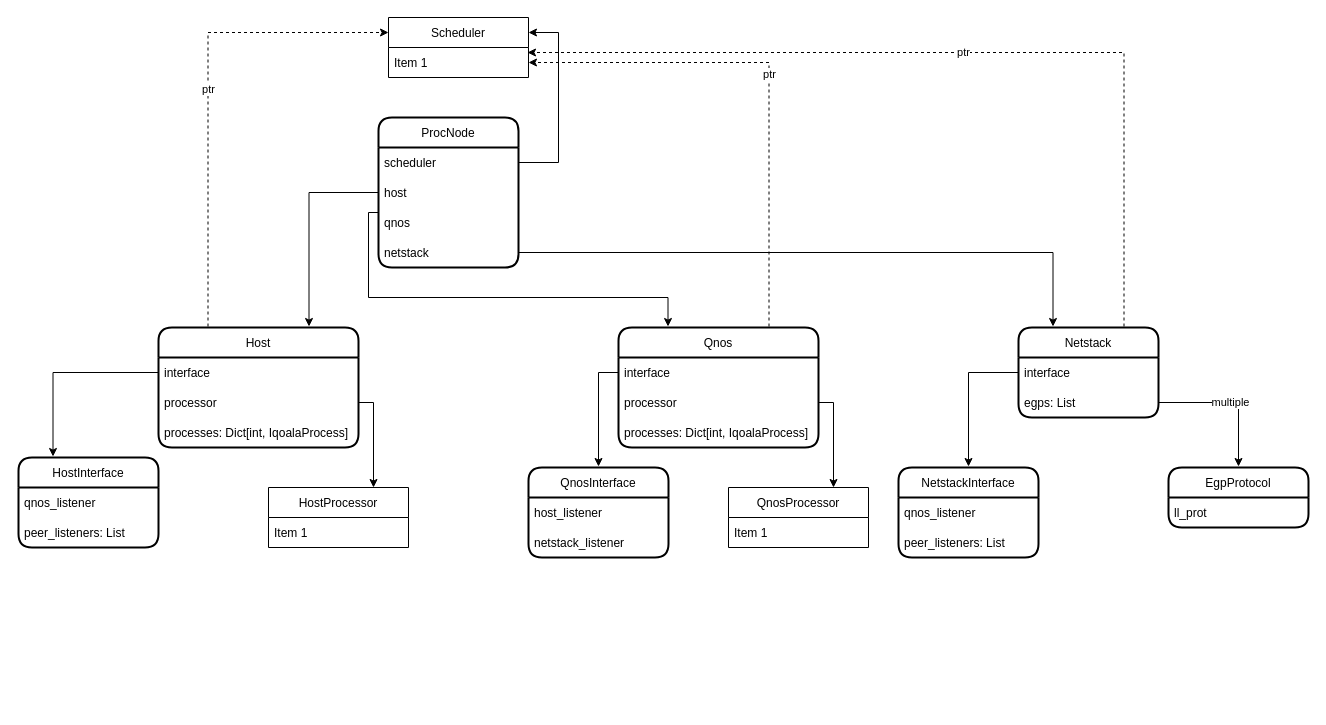
Above: squidasm/qoala/arch/protocols.drawio in QuTech-Delft/squidasm (draw.io), before the change. Source tidied: cells renumbered, new cells numbered last; positions are measured from the earlier drawing's top-left corner, leaving out a move shared by most shapes. Both pictures are drawn from the tidied source at 100%, with x=0, y=0 at pixel (18, 17).
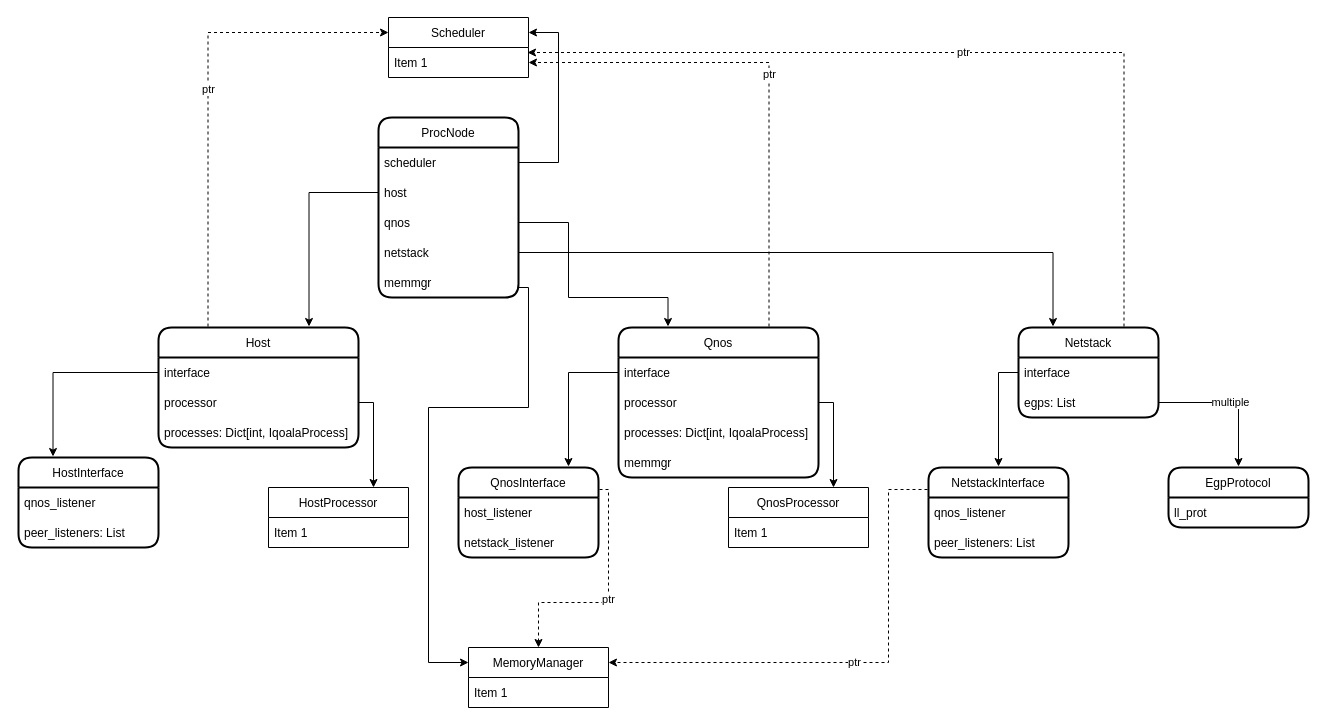
Above is the later version.

The change refers to these unchanged cells:
```xml
<mxCell id="4" value="interface" style="text;strokeColor=none;fillColor=none;align=left;verticalAlign=middle;spacingLeft=4;spacingRight=4;overflow=hidden;points=[[0,0.5],[1,0.5]];portConstraint=eastwest;" parent="3" vertex="1">
  <mxGeometry y="30" width="200" height="30" as="geometry" />
</mxCell>
<mxCell id="21" value="qnos" style="text;strokeColor=none;fillColor=none;align=left;verticalAlign=middle;spacingLeft=4;spacingRight=4;overflow=hidden;points=[[0,0.5],[1,0.5]];portConstraint=eastwest;dashed=1;dashPattern=1 1;" parent="18" vertex="1">
  <mxGeometry y="90" width="140" height="30" as="geometry" />
</mxCell>
```

Change to the diagram source:
```diff
@@
     <mxCell id="3" value="Qnos" style="swimlane;fontStyle=0;horizontal=1;startSize=30;rounded=1;glass=0;swimlaneLine=1;strokeWidth=2;swimlaneFillColor=none;gradientColor=none;perimeterSpacing=1;" parent="1" vertex="1">
-      <mxGeometry x="600" y="310" width="200" height="120" as="geometry" />
+      <mxGeometry x="600" y="310" width="200" height="150" as="geometry" />
     </mxCell>
@@
+    <mxCell id="48" value="memmgr" style="text;strokeColor=none;fillColor=none;align=left;verticalAlign=middle;spacingLeft=4;spacingRight=4;overflow=hidden;dashed=1;dashPattern=1 1;" parent="3" vertex="1">
+      <mxGeometry y="120" width="200" height="30" as="geometry" />
+    </mxCell>
@@
+    <mxCell id="49" value="ptr" style="edgeStyle=orthogonalEdgeStyle;rounded=0;html=1;exitX=1;exitY=0.25;exitDx=0;exitDy=0;dashed=1;" parent="1" edge="1" source="12" target="52">
+      <mxGeometry relative="1" as="geometry" />
+    </mxCell>
     <mxCell id="12" value="QnosInterface" style="swimlane;fontStyle=0;horizontal=1;startSize=30;rounded=1;glass=0;swimlaneLine=1;strokeWidth=2;swimlaneFillColor=none;gradientColor=none;perimeterSpacing=1;" parent="1" vertex="1">
-      <mxGeometry x="510" y="450" width="140" height="90" as="geometry" />
+      <mxGeometry x="440" y="450" width="140" height="90" as="geometry" />
     </mxCell>
@@
+    <mxCell id="50" value="ptr" style="edgeStyle=orthogonalEdgeStyle;rounded=0;html=1;exitX=0;exitY=0.25;exitDx=0;exitDy=0;entryX=1;entryY=0.25;entryDx=0;entryDy=0;dashed=1;" parent="1" edge="1" source="15" target="52">
+      <mxGeometry relative="1" as="geometry">
+        <Array as="points">
+          <mxPoint x="870" y="472" />
+          <mxPoint x="870" y="645" />
+        </Array>
+      </mxGeometry>
+    </mxCell>
     <mxCell id="15" value="NetstackInterface" style="swimlane;fontStyle=0;horizontal=1;startSize=30;rounded=1;glass=0;swimlaneLine=1;strokeWidth=2;swimlaneFillColor=none;gradientColor=none;perimeterSpacing=1;" parent="1" vertex="1">
-      <mxGeometry x="880" y="450" width="140" height="90" as="geometry" />
+      <mxGeometry x="910" y="450" width="140" height="90" as="geometry" />
     </mxCell>
@@
     <mxCell id="18" value="ProcNode" style="swimlane;fontStyle=0;horizontal=1;startSize=30;rounded=1;glass=0;swimlaneLine=1;strokeWidth=2;swimlaneFillColor=none;gradientColor=none;perimeterSpacing=1;" parent="1" vertex="1">
-      <mxGeometry x="360" y="100" width="140" height="150" as="geometry" />
+      <mxGeometry x="360" y="100" width="140" height="180" as="geometry" />
     </mxCell>
@@
+    <mxCell id="51" value="memmgr" style="text;strokeColor=none;fillColor=none;align=left;verticalAlign=middle;spacingLeft=4;spacingRight=4;overflow=hidden;points=[[0,0.5],[1,0.5]];portConstraint=eastwest;dashed=1;dashPattern=1 1;" parent="18" vertex="1">
+      <mxGeometry y="150" width="140" height="30" as="geometry" />
+    </mxCell>
@@
-    <mxCell id="24" style="edgeStyle=orthogonalEdgeStyle;html=1;exitX=0;exitY=0.5;exitDx=0;exitDy=0;entryX=0.25;entryY=0;entryDx=0;entryDy=0;rounded=0;" parent="1" edge="1" source="21" target="3">
+    <mxCell id="24" style="edgeStyle=orthogonalEdgeStyle;html=1;entryX=0.25;entryY=0;entryDx=0;entryDy=0;rounded=0;exitX=1;exitY=0.5;exitDx=0;exitDy=0;" parent="1" edge="1" source="21" target="3">
       <mxGeometry relative="1" as="geometry">
         <Array as="points">
-          <mxPoint x="360" y="195" />
-          <mxPoint x="350" y="195" />
-          <mxPoint x="350" y="280" />
+          <mxPoint x="550" y="205" />
+          <mxPoint x="550" y="280" />
           <mxPoint x="650" y="280" />
         </Array>
       </mxGeometry>
     </mxCell>
     <mxCell id="25" style="edgeStyle=orthogonalEdgeStyle;rounded=0;html=1;exitX=0;exitY=0.5;exitDx=0;exitDy=0;" parent="1" edge="1" source="4" target="12">
-      <mxGeometry relative="1" as="geometry" />
+      <mxGeometry relative="1" as="geometry">
+        <Array as="points">
+          <mxPoint x="550" y="355" />
+        </Array>
+      </mxGeometry>
     </mxCell>
@@
+    <mxCell id="52" value="MemoryManager" style="swimlane;fontStyle=0;horizontal=1;startSize=30;" parent="1" vertex="1">
+      <mxGeometry x="450" y="630" width="140" height="60" as="geometry" />
+    </mxCell>
+    <mxCell id="53" value="Item 1" style="text;strokeColor=none;fillColor=none;align=left;verticalAlign=middle;spacingLeft=4;spacingRight=4;overflow=hidden;" parent="52" vertex="1">
+      <mxGeometry y="30" width="140" height="30" as="geometry" />
+    </mxCell>
+    <mxCell id="54" style="edgeStyle=orthogonalEdgeStyle;rounded=0;html=1;exitX=1;exitY=0.5;exitDx=0;exitDy=0;entryX=0;entryY=0.25;entryDx=0;entryDy=0;" parent="1" edge="1" source="51" target="52">
+      <mxGeometry relative="1" as="geometry">
+        <Array as="points">
+          <mxPoint x="500" y="270" />
+          <mxPoint x="510" y="270" />
+          <mxPoint x="510" y="390" />
+          <mxPoint x="410" y="390" />
+          <mxPoint x="410" y="645" />
+        </Array>
+      </mxGeometry>
+    </mxCell>
```
